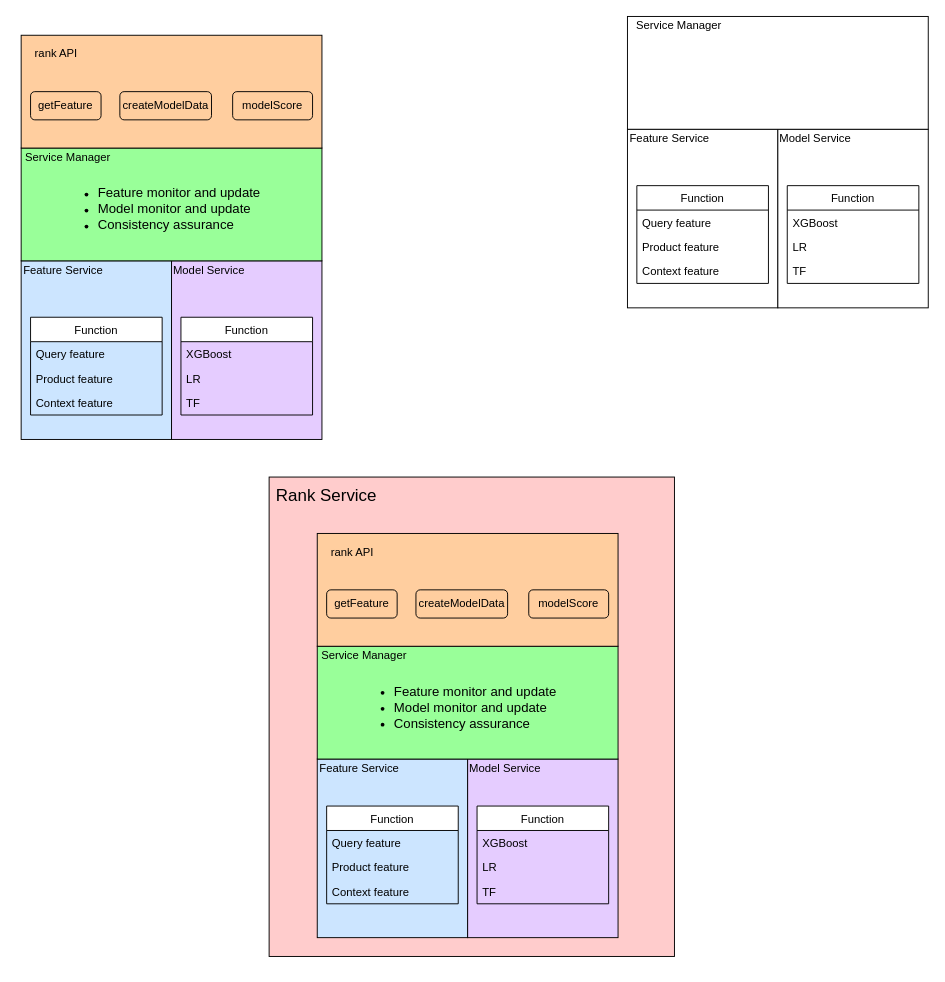
Above: engineering/recommend/Untitled Diagram.drawio in Wanke15/wanke15.github.io (draw.io), before the change. Source tidied: cells renumbered, new cells numbered last; positions are measured from the earlier drawing's top-left corner, leaving out a move shared by most shapes. Both pictures are drawn from the tidied source at 94%, with x=0, y=0 at pixel (16, 16).
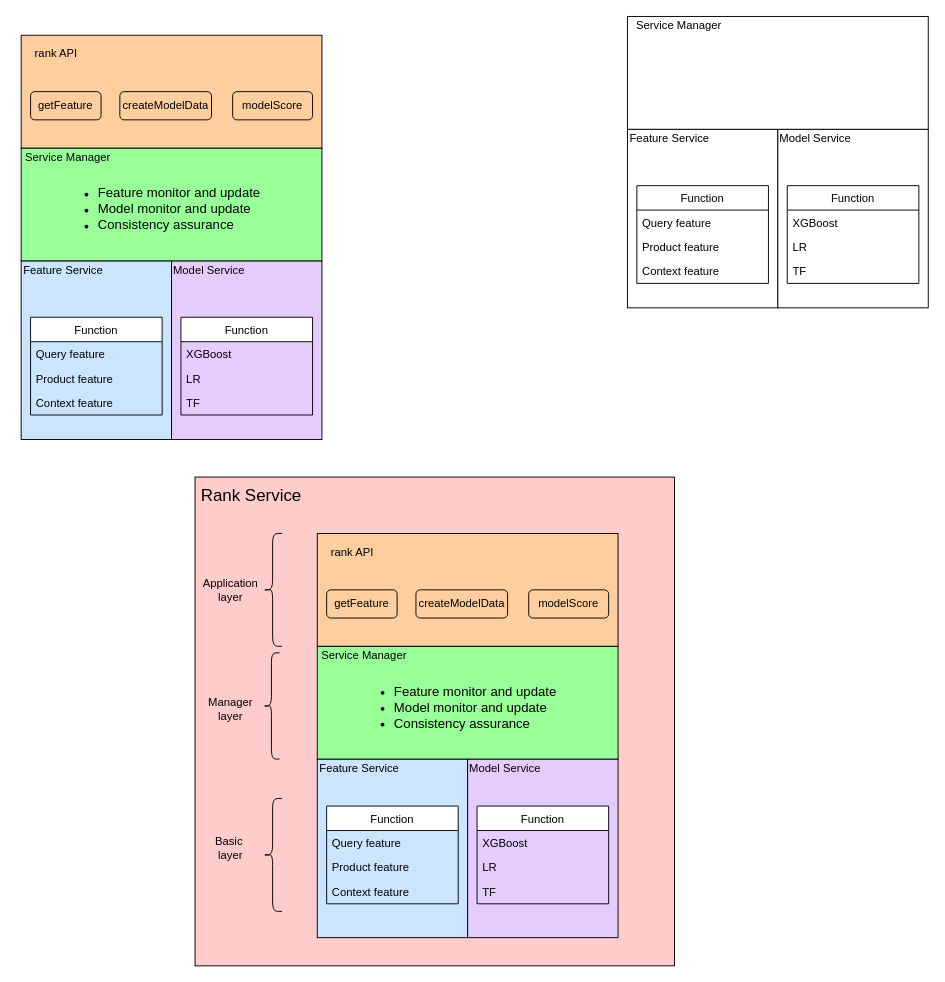
After the change.

Commit message:
添加分层说明

Change to the diagram source:
```diff
@@
     <mxCell id="16" style="rounded=0;whiteSpace=wrap;html=1;fillColor=#FFCCCC;" parent="1" vertex="1">
-      <mxGeometry x="268.8" y="490" width="431.2" height="510" as="geometry" />
+      <mxGeometry x="190" y="490" width="510" height="520" as="geometry" />
     </mxCell>
     <mxCell id="17" value="&lt;font style=&quot;font-size: 18px&quot;&gt;Rank Service&lt;/font&gt;" style="text;html=1;strokeColor=none;fillColor=none;align=center;verticalAlign=middle;whiteSpace=wrap;rounded=0;" parent="1" vertex="1">
-      <mxGeometry x="220" y="490" width="220" height="40" as="geometry" />
+      <mxGeometry x="140" y="490" width="220" height="40" as="geometry" />
     </mxCell>
@@
+    <mxCell id="58" value="Basic&amp;nbsp;&lt;br&gt;layer" style="text;html=1;strokeColor=none;fillColor=none;align=center;verticalAlign=middle;whiteSpace=wrap;rounded=0;" parent="1" vertex="1">
+      <mxGeometry x="208" y="875" width="40" height="20" as="geometry" />
+    </mxCell>
+    <mxCell id="59" style="shape=curlyBracket;whiteSpace=wrap;html=1;rounded=1;fillColor=#FFCE9F;" parent="1" vertex="1">
+      <mxGeometry x="262.5" y="677" width="17.5" height="113" as="geometry" />
+    </mxCell>
+    <mxCell id="60" value="Manager&lt;br&gt;layer" style="text;html=1;strokeColor=none;fillColor=none;align=center;verticalAlign=middle;whiteSpace=wrap;rounded=0;" parent="1" vertex="1">
+      <mxGeometry x="208" y="727" width="40" height="20" as="geometry" />
+    </mxCell>
+    <mxCell id="61" style="shape=curlyBracket;whiteSpace=wrap;html=1;rounded=1;fillColor=#FFCE9F;" parent="1" vertex="1">
+      <mxGeometry x="262.5" y="550" width="20" height="120" as="geometry" />
+    </mxCell>
+    <mxCell id="62" value="Application&lt;br&gt;layer" style="text;html=1;strokeColor=none;fillColor=none;align=center;verticalAlign=middle;whiteSpace=wrap;rounded=0;" parent="1" vertex="1">
+      <mxGeometry x="208" y="600" width="40" height="20" as="geometry" />
+    </mxCell>
+    <mxCell id="63" style="shape=curlyBracket;whiteSpace=wrap;html=1;rounded=1;fillColor=#FFCE9F;" parent="1" vertex="1">
+      <mxGeometry x="262.5" y="832" width="20" height="120" as="geometry" />
+    </mxCell>
```
